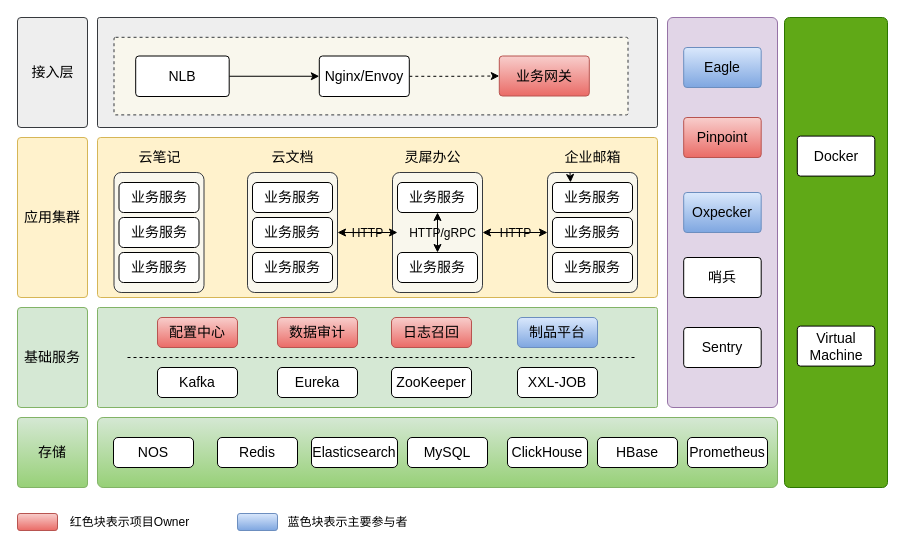
Above: page "灵犀架构图" (1 of 10) of Untitled Diagram.drawio in maxuewen/draw.io (draw.io), before the change. Source tidied: cells renumbered, new cells numbered last; positions are measured from the earlier drawing's top-left corner, leaving out a move shared by most shapes. Both pictures are drawn from the tidied source at 100%, with x=0, y=0 at pixel (17, 17).
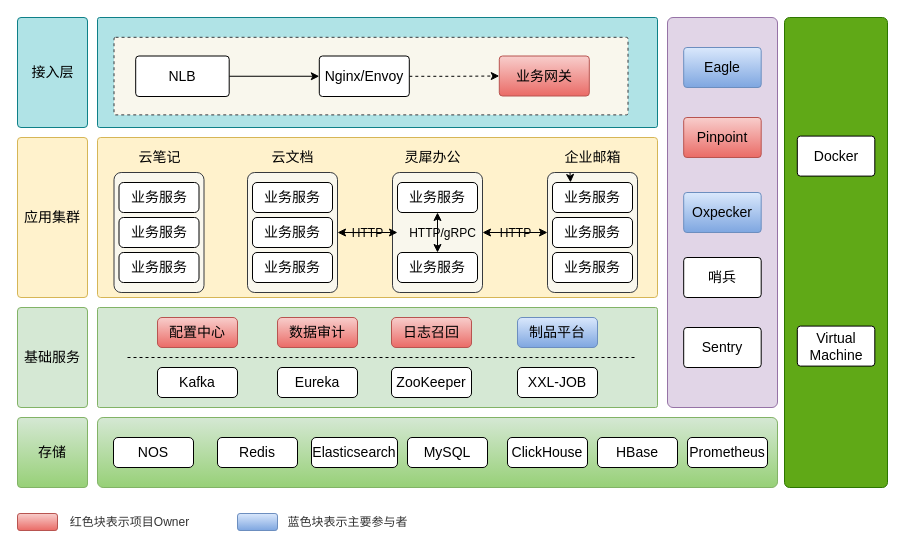
The same diagram, later.

The edit, as a diff of the source:
```diff
@@
-    <mxCell id="2" style="rounded=1;whiteSpace=wrap;html=1;arcSize=2;fillStyle=auto;shadow=0;glass=0;sketch=0;fillColor=#eeeeee;strokeColor=#36393d;fontSize=14;" parent="1" vertex="1">
+    <mxCell id="2" style="rounded=1;whiteSpace=wrap;html=1;arcSize=2;fillStyle=auto;shadow=0;glass=0;sketch=0;fillColor=#b0e3e6;strokeColor=#0e8088;fontSize=14;" parent="1" vertex="1">
       <mxGeometry x="80" width="560" height="110" as="geometry" />
     </mxCell>
@@
-    <mxCell id="4" style="rounded=1;whiteSpace=wrap;html=1;perimeterSpacing=10;imageWidth=24;imageHeight=24;arcSize=5;fillColor=#eeeeee;strokeColor=#36393d;fontSize=14;" parent="1" vertex="1">
+    <mxCell id="4" style="rounded=1;whiteSpace=wrap;html=1;perimeterSpacing=10;imageWidth=24;imageHeight=24;arcSize=5;fillColor=#b0e3e6;strokeColor=#0e8088;fontSize=14;" parent="1" vertex="1">
       <mxGeometry width="70" height="110" as="geometry" />
     </mxCell>
@@
-    <mxCell id="67" value="红色块表示项目Owner" style="text;html=1;align=center;verticalAlign=middle;strokeColor=none;fillColor=none;fontSize=12;" parent="1" vertex="1">
+    <mxCell id="67" value="&lt;font color=&quot;#333333&quot;&gt;红色块表示项目Owner&lt;/font&gt;" style="text;html=1;align=center;verticalAlign=middle;strokeColor=none;fillColor=none;fontSize=12;" parent="1" vertex="1">
       <mxGeometry x="41.5" y="490" width="140" height="30" as="geometry" />
     </mxCell>
@@
-    <mxCell id="69" value="蓝色块表示主要参与者" style="text;html=1;align=center;verticalAlign=middle;strokeColor=none;fillColor=none;fontSize=12;" parent="1" vertex="1">
+    <mxCell id="69" value="&lt;font color=&quot;#333333&quot;&gt;蓝色块表示主要参与者&lt;/font&gt;" style="text;html=1;align=center;verticalAlign=middle;strokeColor=none;fillColor=none;fontSize=12;" parent="1" vertex="1">
       <mxGeometry x="260" y="490" width="140" height="30" as="geometry" />
     </mxCell>
```
